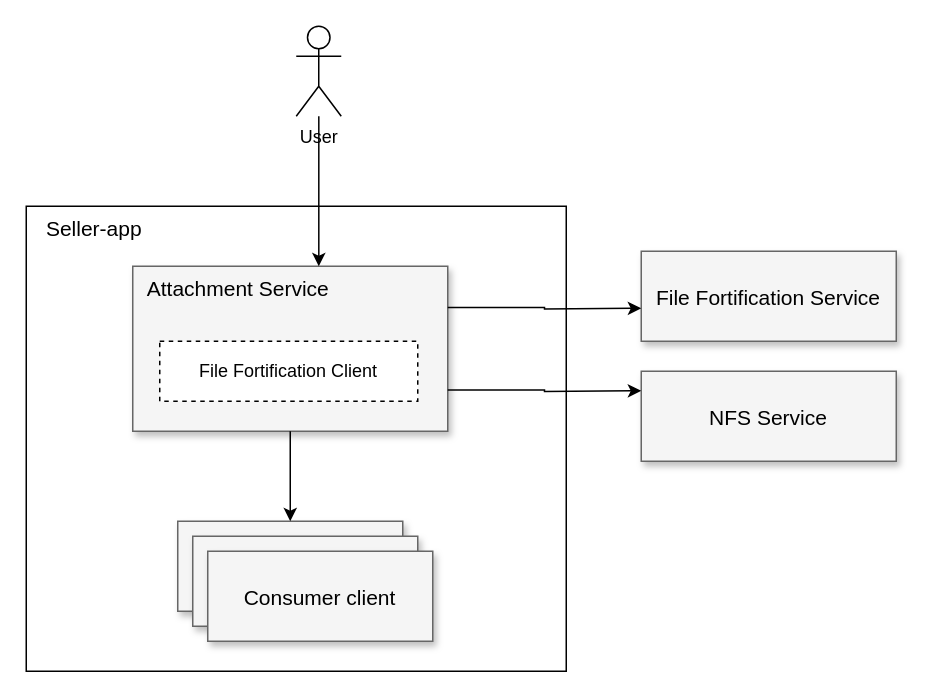
huangshijie/Drawio keeps this draw.io diagram as attachment-service-block.drawio. Above is the earlier version. Source tidied: cells renumbered, new cells numbered last; positions are measured from the earlier drawing's top-left corner, leaving out a move shared by most shapes. Both pictures are drawn from the tidied source at 150%, with x=0, y=0 at pixel (26, 26).
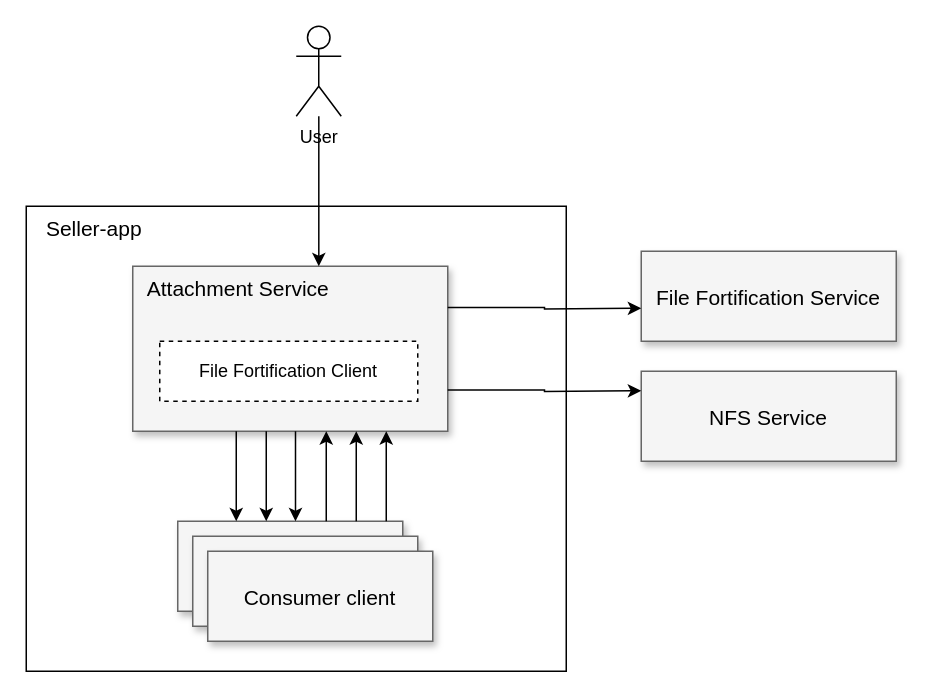
After the change.

The change refers to these unchanged cells:
```xml
<mxCell id="2" style="group;" parent="1" vertex="1">
  <mxGeometry width="580" height="430" as="geometry" />
</mxCell>
<mxCell id="7" style="whiteSpace=wrap;html=1;shadow=1;fontSize=18;fillColor=#f5f5f5;strokeColor=#666666;" parent="6" vertex="1">
  <mxGeometry width="210" height="110" as="geometry" />
</mxCell>
<mxCell id="16" style="whiteSpace=wrap;html=1;shadow=1;fontSize=18;fillColor=#f5f5f5;strokeColor=#666666;" parent="15" vertex="1">
  <mxGeometry width="150" height="60" as="geometry" />
</mxCell>
```

The edit, as a diff of the source:
```diff
@@
-    <mxCell id="19" style="edgeStyle=orthogonalEdgeStyle;rounded=0;jettySize=auto;html=1;exitX=0.5;exitY=1;exitDx=0;exitDy=0;fontSize=14;" parent="2" edge="1" source="7" target="16">
-      <mxGeometry relative="1" as="geometry" />
+    <mxCell id="19" style="edgeStyle=orthogonalEdgeStyle;rounded=0;orthogonalLoop=1;jettySize=auto;html=1;fontSize=14;" parent="2" edge="1">
+      <mxGeometry relative="1" as="geometry">
+        <mxPoint x="140" y="270" as="sourcePoint" />
+        <mxPoint x="140" y="330" as="targetPoint" />
+        <Array as="points">
+          <mxPoint x="140" y="270" />
+        </Array>
+      </mxGeometry>
     </mxCell>
+    <mxCell id="20" style="edgeStyle=orthogonalEdgeStyle;rounded=0;orthogonalLoop=1;jettySize=auto;html=1;fontSize=14;" parent="2" edge="1">
+      <mxGeometry relative="1" as="geometry">
+        <mxPoint x="179.5" y="270" as="sourcePoint" />
+        <mxPoint x="179.5" y="330" as="targetPoint" />
+        <Array as="points">
+          <mxPoint x="179.5" y="270" />
+        </Array>
+      </mxGeometry>
+    </mxCell>
+    <mxCell id="21" style="edgeStyle=orthogonalEdgeStyle;rounded=0;orthogonalLoop=1;jettySize=auto;html=1;fontSize=14;" parent="2" edge="1">
+      <mxGeometry relative="1" as="geometry">
+        <mxPoint x="160" y="270" as="sourcePoint" />
+        <mxPoint x="160" y="330" as="targetPoint" />
+        <Array as="points">
+          <mxPoint x="160" y="270" />
+        </Array>
+      </mxGeometry>
+    </mxCell>
+    <mxCell id="22" style="edgeStyle=orthogonalEdgeStyle;rounded=0;orthogonalLoop=1;jettySize=auto;html=1;fontSize=14;startArrow=classic;startFill=1;endArrow=none;endFill=0;" parent="2" edge="1">
+      <mxGeometry relative="1" as="geometry">
+        <mxPoint x="200" y="270" as="sourcePoint" />
+        <mxPoint x="200" y="330" as="targetPoint" />
+        <Array as="points">
+          <mxPoint x="200" y="270" />
+        </Array>
+      </mxGeometry>
+    </mxCell>
+    <mxCell id="23" style="edgeStyle=orthogonalEdgeStyle;rounded=0;orthogonalLoop=1;jettySize=auto;html=1;fontSize=14;startArrow=classic;startFill=1;endArrow=none;endFill=0;" parent="2" edge="1">
+      <mxGeometry relative="1" as="geometry">
+        <mxPoint x="220" y="270" as="sourcePoint" />
+        <mxPoint x="220" y="330" as="targetPoint" />
+        <Array as="points">
+          <mxPoint x="220" y="270" />
+        </Array>
+      </mxGeometry>
+    </mxCell>
+    <mxCell id="24" style="edgeStyle=orthogonalEdgeStyle;rounded=0;orthogonalLoop=1;jettySize=auto;html=1;fontSize=14;startArrow=classic;startFill=1;endArrow=none;endFill=0;" parent="2" edge="1">
+      <mxGeometry relative="1" as="geometry">
+        <mxPoint x="240" y="270" as="sourcePoint" />
+        <mxPoint x="240" y="330" as="targetPoint" />
+        <Array as="points">
+          <mxPoint x="240" y="270" />
+        </Array>
+      </mxGeometry>
+    </mxCell>
```
